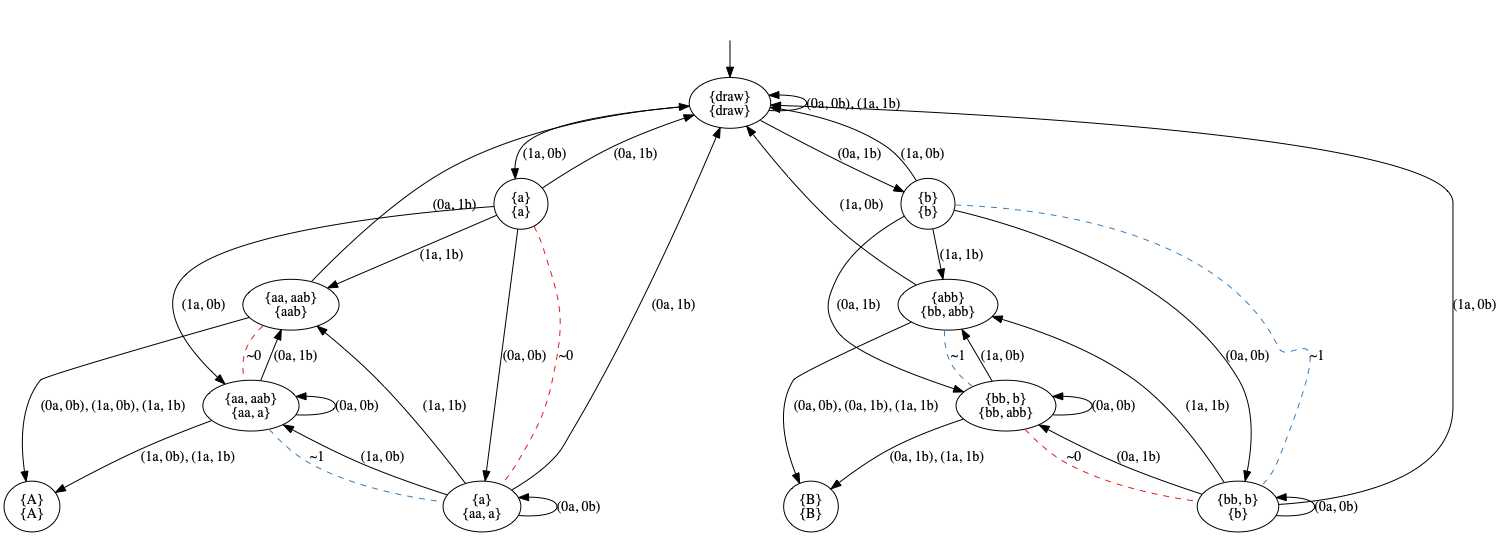
The Graphviz diagram pictures/GK.png in olandr/mkbsc, before a commit. Its source is kept beside it as pictures/GK.dot.
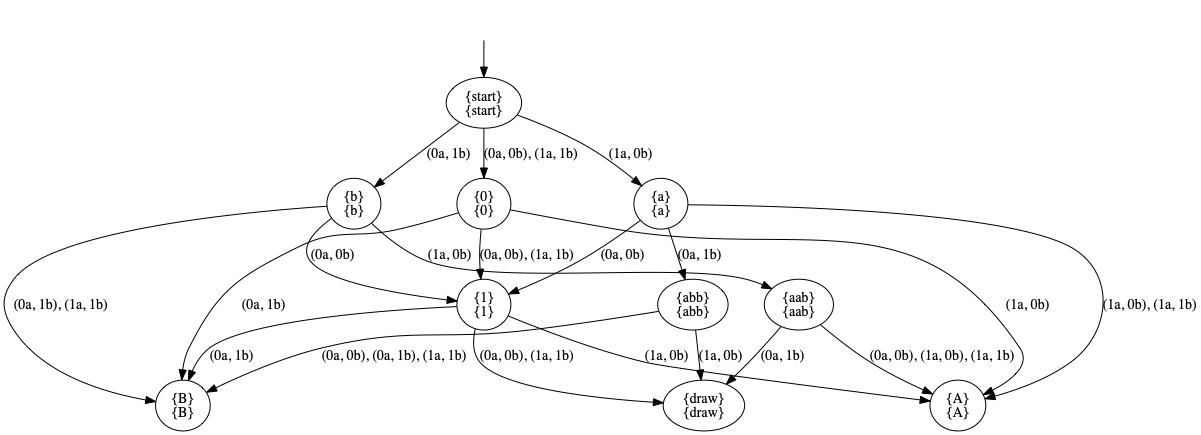
Above is the later version.

Change to the diagram source:
```diff
@@ -3,52 +3,35 @@
 nodesep=0.5;
 ranksep=0.5;
 splines=True;
-4613337832 [label="{draw}\n{draw}"];
-4613338000 [label="{a}\n{a}"];
-4613337384 [label="{b}\n{b}"];
-4613338448 [label="{a}\n{aa, a}"];
-4613339288 [label="{aa, aab}\n{aa, a}"];
-4613394560 [label="{aa, aab}\n{aab}"];
-4613394784 [label="{bb, b}\n{b}"];
-4613395120 [label="{bb, b}\n{bb, abb}"];
-4613395344 [label="{abb}\n{bb, abb}"];
-4613396128 [label="{A}\n{A}"];
-4613418456 [label="{B}\n{B}"];
+4705035992 [label="{start}\n{start}"];
+4705034536 [label="{0}\n{0}"];
+4705035040 [label="{a}\n{a}"];
+4705037000 [label="{b}\n{b}"];
+4705037336 [label="{1}\n{1}"];
+4705035208 [label="{A}\n{A}"];
+4705034872 [label="{B}\n{B}"];
+4705037672 [label="{abb}\n{abb}"];
+4705038120 [label="{aab}\n{aab}"];
+4705036384 [label="{draw}\n{draw}"];
 hidden [label="", shape=none];
-4613337832 -> 4613338000  [action="('1a', '0b')", key="('1a', '0b')", label="(1a, 0b)"];
-4613337832 -> 4613337384  [action="('0a', '1b')", key="('0a', '1b')", label="(0a, 1b)"];
-4613337832 -> 4613337832  [action="(('0a', '0b'), ('1a', '1b'))", dir=back, key="(('0a', '0b'), ('1a', '1b'))", label="(0a, 0b), (1a, 1b)"];
-4613338000 -> 4613338448  [action="('0a', '0b')", key="('0a', '0b')", label="(0a, 0b)"];
-4613338000 -> 4613338448  [arrowhead=none, color=1, colorscheme=set19, constraint=True, key=1, label="~0", style=dashed];
-4613338000 -> 4613339288  [action="('1a', '0b')", key="('1a', '0b')", label="(1a, 0b)"];
-4613338000 -> 4613337832  [action="('0a', '1b')", key="('0a', '1b')", label="(0a, 1b)"];
-4613338000 -> 4613394560  [action="('1a', '1b')", key="('1a', '1b')", label="(1a, 1b)"];
-4613337384 -> 4613394784  [action="('0a', '0b')", key="('0a', '0b')", label="(0a, 0b)"];
-4613337384 -> 4613394784  [arrowhead=none, color=2, colorscheme=set19, constraint=True, key=1, label="~1", style=dashed];
-4613337384 -> 4613337832  [action="('1a', '0b')", key="('1a', '0b')", label="(1a, 0b)"];
-4613337384 -> 4613395120  [action="('0a', '1b')", key="('0a', '1b')", label="(0a, 1b)"];
-4613337384 -> 4613395344  [action="('1a', '1b')", key="('1a', '1b')", label="(1a, 1b)"];
-4613338448 -> 4613338448  [action="('0a', '0b')", dir=back, key="('0a', '0b')", label="(0a, 0b)"];
-4613338448 -> 4613339288  [action="('1a', '0b')", key="('1a', '0b')", label="(1a, 0b)"];
-4613338448 -> 4613337832  [action="('0a', '1b')", key="('0a', '1b')", label="(0a, 1b)"];
-4613338448 -> 4613394560  [action="('1a', '1b')", key="('1a', '1b')", label="(1a, 1b)"];
-4613339288 -> 4613339288  [action="('0a', '0b')", dir=back, key="('0a', '0b')", label="(0a, 0b)"];
-4613339288 -> 4613394560  [action="('0a', '1b')", key="('0a', '1b')", label="(0a, 1b)"];
-4613339288 -> 4613396128  [action="(('1a', '0b'), ('1a', '1b'))", key="(('1a', '0b'), ('1a', '1b'))", label="(1a, 0b), (1a, 1b)"];
-4613339288 -> 4613338448  [arrowhead=none, color=2, colorscheme=set19, constraint=True, key=0, label="~1", style=dashed];
-4613394560 -> 4613337832  [action="('0a', '1b')", key="('0a', '1b')", label="(0a, 1b)"];
-4613394560 -> 4613396128  [action="(('0a', '0b'), ('1a', '0b'), ('1a', '1b'))", key="(('0a', '0b'), ('1a', '0b'), ('1a', '1b'))", label="(0a, 0b), (1a, 0b), (1a, 1b)"];
-4613394560 -> 4613339288  [arrowhead=none, color=1, colorscheme=set19, constraint=True, key=0, label="~0", style=dashed];
-4613394784 -> 4613394784  [action="('0a', '0b')", dir=back, key="('0a', '0b')", label="(0a, 0b)"];
-4613394784 -> 4613337832  [action="('1a', '0b')", key="('1a', '0b')", label="(1a, 0b)"];
-4613394784 -> 4613395120  [action="('0a', '1b')", key="('0a', '1b')", label="(0a, 1b)"];
-4613394784 -> 4613395344  [action="('1a', '1b')", key="('1a', '1b')", label="(1a, 1b)"];
-4613395120 -> 4613395120  [action="('0a', '0b')", dir=back, key="('0a', '0b')", label="(0a, 0b)"];
-4613395120 -> 4613395344  [action="('1a', '0b')", key="('1a', '0b')", label="(1a, 0b)"];
-4613395120 -> 4613418456  [action="(('0a', '1b'), ('1a', '1b'))", key="(('0a', '1b'), ('1a', '1b'))", label="(0a, 1b), (1a, 1b)"];
-4613395120 -> 4613394784  [arrowhead=none, color=1, colorscheme=set19, constraint=True, key=0, label="~0", style=dashed];
-4613395344 -> 4613337832  [action="('1a', '0b')", key="('1a', '0b')", label="(1a, 0b)"];
-4613395344 -> 4613418456  [action="(('0a', '0b'), ('0a', '1b'), ('1a', '1b'))", key="(('0a', '0b'), ('0a', '1b'), ('1a', '1b'))", label="(0a, 0b), (0a, 1b), (1a, 1b)"];
-4613395344 -> 4613395120  [arrowhead=none, color=2, colorscheme=set19, constraint=True, key=0, label="~1", style=dashed];
-hidden -> 4613337832  [key=0];
+4705035992 -> 4705035040  [action="('1a', '0b')", key="('1a', '0b')", label="(1a, 0b)"];
+4705035992 -> 4705037000  [action="('0a', '1b')", key="('0a', '1b')", label="(0a, 1b)"];
+4705035992 -> 4705034536  [action="(('0a', '0b'), ('1a', '1b'))", key="(('0a', '0b'), ('1a', '1b'))", label="(0a, 0b), (1a, 1b)"];
+4705034536 -> 4705035208  [action="('1a', '0b')", key="('1a', '0b')", label="(1a, 0b)"];
+4705034536 -> 4705034872  [action="('0a', '1b')", key="('0a', '1b')", label="(0a, 1b)"];
+4705034536 -> 4705037336  [action="(('0a', '0b'), ('1a', '1b'))", key="(('0a', '0b'), ('1a', '1b'))", label="(0a, 0b), (1a, 1b)"];
+4705035040 -> 4705037336  [action="('0a', '0b')", key="('0a', '0b')", label="(0a, 0b)"];
+4705035040 -> 4705037672  [action="('0a', '1b')", key="('0a', '1b')", label="(0a, 1b)"];
+4705035040 -> 4705035208  [action="(('1a', '0b'), ('1a', '1b'))", key="(('1a', '0b'), ('1a', '1b'))", label="(1a, 0b), (1a, 1b)"];
+4705037000 -> 4705037336  [action="('0a', '0b')", key="('0a', '0b')", label="(0a, 0b)"];
+4705037000 -> 4705038120  [action="('1a', '0b')", key="('1a', '0b')", label="(1a, 0b)"];
+4705037000 -> 4705034872  [action="(('0a', '1b'), ('1a', '1b'))", key="(('0a', '1b'), ('1a', '1b'))", label="(0a, 1b), (1a, 1b)"];
+4705037336 -> 4705035208  [action="('1a', '0b')", key="('1a', '0b')", label="(1a, 0b)"];
+4705037336 -> 4705034872  [action="('0a', '1b')", key="('0a', '1b')", label="(0a, 1b)"];
+4705037336 -> 4705036384  [action="(('0a', '0b'), ('1a', '1b'))", key="(('0a', '0b'), ('1a', '1b'))", label="(0a, 0b), (1a, 1b)"];
+4705037672 -> 4705036384  [action="('1a', '0b')", key="('1a', '0b')", label="(1a, 0b)"];
+4705037672 -> 4705034872  [action="(('0a', '0b'), ('0a', '1b'), ('1a', '1b'))", key="(('0a', '0b'), ('0a', '1b'), ('1a', '1b'))", label="(0a, 0b), (0a, 1b), (1a, 1b)"];
+4705038120 -> 4705036384  [action="('0a', '1b')", key="('0a', '1b')", label="(0a, 1b)"];
+4705038120 -> 4705035208  [action="(('0a', '0b'), ('1a', '0b'), ('1a', '1b'))", key="(('0a', '0b'), ('1a', '0b'), ('1a', '1b'))", label="(0a, 0b), (1a, 0b), (1a, 1b)"];
+hidden -> 4705035992  [key=0];
 }
```
